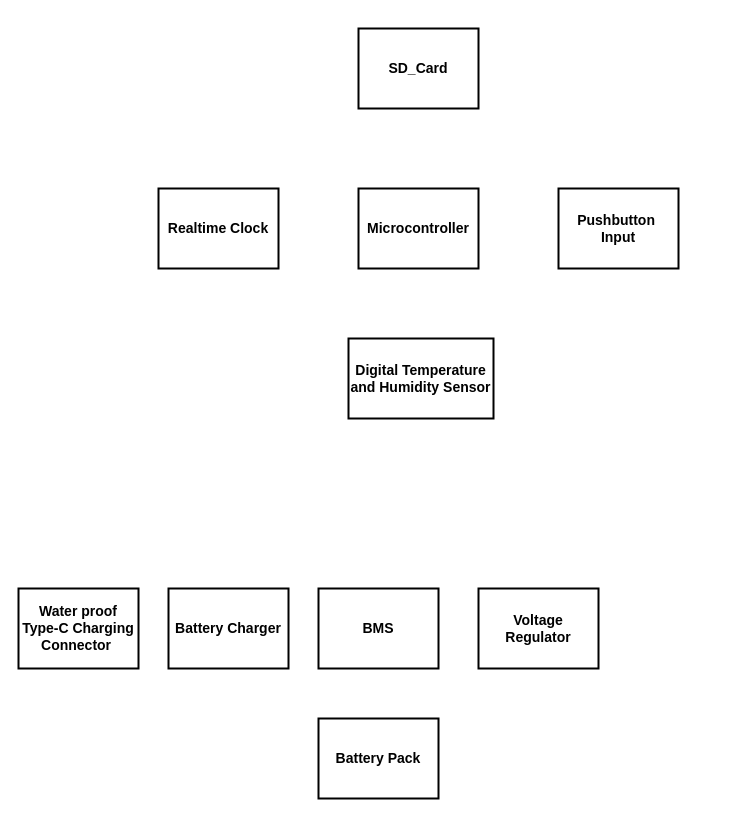
Above: LowPower_DataLogger_Block1.drawio in ashan456/LowPowerDataLogger (draw.io), before the change. Source tidied: cells renumbered, new cells numbered last; positions are measured from the earlier drawing's top-left corner, leaving out a move shared by most shapes. Both pictures are drawn from the tidied source at 100%, with x=0, y=0 at pixel (18, 28).
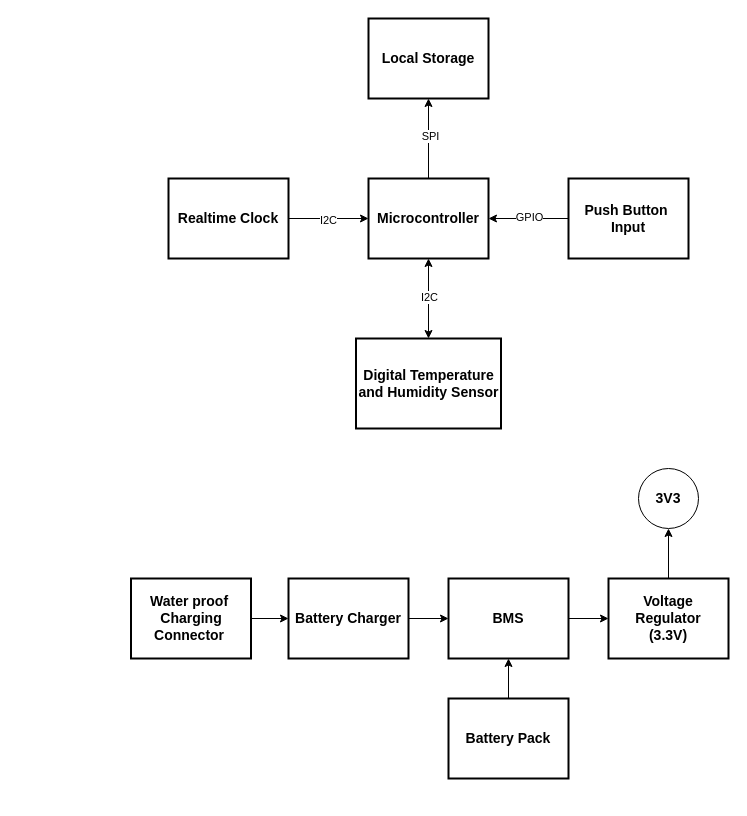
The same page after the edit.

Change to the diagram source:
```diff
@@
+    <mxCell id="12" style="edgeStyle=orthogonalEdgeStyle;rounded=0;jettySize=auto;html=1;entryX=0.5;entryY=0;entryDx=0;entryDy=0;startArrow=classic;startFill=1;" parent="1" edge="1" source="2" target="3">
+      <mxGeometry relative="1" as="geometry" />
+    </mxCell>
+    <mxCell id="13" value="I2C" style="edgeLabel;html=1;align=center;verticalAlign=middle;" parent="12" vertex="1">
+      <mxGeometry x="-0.04" relative="1" as="geometry" />
+    </mxCell>
+    <mxCell id="14" style="edgeStyle=orthogonalEdgeStyle;rounded=0;jettySize=auto;html=1;entryX=0.5;entryY=1;entryDx=0;entryDy=0;" parent="1" edge="1" source="2" target="4">
+      <mxGeometry relative="1" as="geometry" />
+    </mxCell>
+    <mxCell id="15" value="SPI" style="edgeLabel;html=1;align=center;verticalAlign=middle;" parent="14" vertex="1">
+      <mxGeometry x="0.08" y="-1" relative="1" as="geometry" />
+    </mxCell>
     <mxCell id="2" value="&lt;b&gt;&lt;font style=&quot;font-size: 14px;&quot;&gt;Microcontroller&lt;/font&gt;&lt;/b&gt;" style="rounded=0;whiteSpace=wrap;html=1;strokeWidth=2;" parent="1" vertex="1">
-      <mxGeometry x="340" y="160" width="120" height="80" as="geometry" />
+      <mxGeometry x="350" y="150" width="120" height="80" as="geometry" />
     </mxCell>
     <mxCell id="3" value="&lt;b&gt;&lt;font style=&quot;font-size: 14px;&quot;&gt;Digital Temperature and Humidity Sensor&lt;/font&gt;&lt;/b&gt;" style="rounded=0;whiteSpace=wrap;html=1;strokeWidth=2;" parent="1" vertex="1">
-      <mxGeometry x="330" y="310" width="145" height="80" as="geometry" />
+      <mxGeometry x="337.5" y="310" width="145" height="90" as="geometry" />
     </mxCell>
-    <mxCell id="4" value="&lt;b&gt;&lt;font style=&quot;font-size: 14px;&quot;&gt;SD_Card&lt;/font&gt;&lt;/b&gt;" style="rounded=0;whiteSpace=wrap;html=1;strokeWidth=2;" parent="1" vertex="1">
-      <mxGeometry x="340" width="120" height="80" as="geometry" />
+    <mxCell id="4" value="&lt;b&gt;&lt;font style=&quot;font-size: 14px;&quot;&gt;Local Storage&lt;/font&gt;&lt;/b&gt;" style="rounded=0;whiteSpace=wrap;html=1;strokeWidth=2;" parent="1" vertex="1">
+      <mxGeometry x="350" y="-10" width="120" height="80" as="geometry" />
     </mxCell>
+    <mxCell id="16" style="edgeStyle=orthogonalEdgeStyle;rounded=0;jettySize=auto;html=1;entryX=0;entryY=0.5;entryDx=0;entryDy=0;" parent="1" edge="1" source="5" target="2">
+      <mxGeometry relative="1" as="geometry" />
+    </mxCell>
+    <mxCell id="17" value="I2C" style="edgeLabel;html=1;align=center;verticalAlign=middle;" parent="16" vertex="1">
+      <mxGeometry x="-0.02" y="-1" relative="1" as="geometry" />
+    </mxCell>
     <mxCell id="5" value="&lt;b&gt;&lt;font style=&quot;font-size: 14px;&quot;&gt;Realtime Clock&lt;/font&gt;&lt;/b&gt;" style="rounded=0;whiteSpace=wrap;html=1;strokeWidth=2;" parent="1" vertex="1">
-      <mxGeometry x="140" y="160" width="120" height="80" as="geometry" />
+      <mxGeometry x="150" y="150" width="120" height="80" as="geometry" />
     </mxCell>
+    <mxCell id="18" style="edgeStyle=orthogonalEdgeStyle;rounded=0;jettySize=auto;html=1;entryX=1;entryY=0.5;entryDx=0;entryDy=0;" parent="1" edge="1" source="6" target="2">
+      <mxGeometry relative="1" as="geometry" />
+    </mxCell>
+    <mxCell id="19" value="GPIO" style="edgeLabel;html=1;align=center;verticalAlign=middle;" parent="18" vertex="1">
+      <mxGeometry x="-0.01" y="-2" relative="1" as="geometry" />
+    </mxCell>
-    <mxCell id="6" value="&lt;b&gt;&lt;font style=&quot;font-size: 14px;&quot;&gt;Pushbutton&amp;nbsp;&lt;/font&gt;&lt;/b&gt;&lt;div&gt;&lt;b&gt;&lt;font style=&quot;font-size: 14px;&quot;&gt;Input&lt;/font&gt;&lt;/b&gt;&lt;/div&gt;" style="rounded=0;whiteSpace=wrap;html=1;strokeWidth=2;" parent="1" vertex="1">
-      <mxGeometry x="540" y="160" width="120" height="80" as="geometry" />
+    <mxCell id="6" value="&lt;b&gt;&lt;font style=&quot;font-size: 14px;&quot;&gt;Push Button&amp;nbsp;&lt;/font&gt;&lt;/b&gt;&lt;div&gt;&lt;b&gt;&lt;font style=&quot;font-size: 14px;&quot;&gt;Input&lt;/font&gt;&lt;/b&gt;&lt;/div&gt;" style="rounded=0;whiteSpace=wrap;html=1;strokeWidth=2;" parent="1" vertex="1">
+      <mxGeometry x="550" y="150" width="120" height="80" as="geometry" />
     </mxCell>
+    <mxCell id="20" style="edgeStyle=orthogonalEdgeStyle;rounded=0;jettySize=auto;html=1;entryX=0;entryY=0.5;entryDx=0;entryDy=0;" parent="1" edge="1" source="7" target="8">
+      <mxGeometry relative="1" as="geometry" />
+    </mxCell>
     <mxCell id="7" value="&lt;b&gt;&lt;font style=&quot;font-size: 14px;&quot;&gt;Battery Charger&lt;/font&gt;&lt;/b&gt;" style="rounded=0;whiteSpace=wrap;html=1;strokeWidth=2;" parent="1" vertex="1">
-      <mxGeometry x="150" y="560" width="120" height="80" as="geometry" />
+      <mxGeometry x="270" y="550" width="120" height="80" as="geometry" />
     </mxCell>
+    <mxCell id="21" style="edgeStyle=orthogonalEdgeStyle;rounded=0;jettySize=auto;html=1;entryX=0;entryY=0.5;entryDx=0;entryDy=0;" parent="1" edge="1" source="8" target="10">
+      <mxGeometry relative="1" as="geometry" />
+    </mxCell>
     <mxCell id="8" value="&lt;b&gt;&lt;font style=&quot;font-size: 14px;&quot;&gt;BMS&lt;/font&gt;&lt;/b&gt;" style="rounded=0;whiteSpace=wrap;html=1;strokeWidth=2;" parent="1" vertex="1">
-      <mxGeometry x="300" y="560" width="120" height="80" as="geometry" />
+      <mxGeometry x="430" y="550" width="120" height="80" as="geometry" />
     </mxCell>
+    <mxCell id="22" style="edgeStyle=orthogonalEdgeStyle;rounded=0;jettySize=auto;html=1;entryX=0.5;entryY=1;entryDx=0;entryDy=0;" parent="1" edge="1" source="9" target="8">
+      <mxGeometry relative="1" as="geometry" />
+    </mxCell>
     <mxCell id="9" value="&lt;b&gt;&lt;font style=&quot;font-size: 14px;&quot;&gt;Battery Pack&lt;/font&gt;&lt;/b&gt;" style="rounded=0;whiteSpace=wrap;html=1;strokeWidth=2;" parent="1" vertex="1">
-      <mxGeometry x="300" y="690" width="120" height="80" as="geometry" />
+      <mxGeometry x="430" y="670" width="120" height="80" as="geometry" />
     </mxCell>
+    <mxCell id="23" style="edgeStyle=orthogonalEdgeStyle;rounded=0;jettySize=auto;html=1;entryX=0.5;entryY=1;entryDx=0;entryDy=0;" parent="1" edge="1" source="10" target="25">
+      <mxGeometry relative="1" as="geometry" />
+    </mxCell>
-    <mxCell id="10" value="&lt;b&gt;&lt;font style=&quot;font-size: 14px;&quot;&gt;Voltage Regulator&lt;/font&gt;&lt;/b&gt;" style="rounded=0;whiteSpace=wrap;html=1;strokeWidth=2;" parent="1" vertex="1">
-      <mxGeometry x="460" y="560" width="120" height="80" as="geometry" />
+    <mxCell id="10" value="&lt;b&gt;&lt;font style=&quot;font-size: 14px;&quot;&gt;Voltage Regulator&lt;/font&gt;&lt;/b&gt;&lt;div&gt;&lt;b&gt;&lt;font style=&quot;font-size: 14px;&quot;&gt;(3.3V)&lt;/font&gt;&lt;/b&gt;&lt;/div&gt;" style="rounded=0;whiteSpace=wrap;html=1;strokeWidth=2;" parent="1" vertex="1">
+      <mxGeometry x="590" y="550" width="120" height="80" as="geometry" />
     </mxCell>
+    <mxCell id="24" style="edgeStyle=orthogonalEdgeStyle;rounded=0;jettySize=auto;html=1;entryX=0;entryY=0.5;entryDx=0;entryDy=0;" parent="1" edge="1" source="11" target="7">
+      <mxGeometry relative="1" as="geometry" />
+    </mxCell>
-    <mxCell id="11" value="&lt;b&gt;&lt;font style=&quot;font-size: 14px;&quot;&gt;Water proof Type-C Charging Connector&amp;nbsp;&lt;/font&gt;&lt;/b&gt;" style="rounded=0;whiteSpace=wrap;html=1;strokeWidth=2;" parent="1" vertex="1">
-      <mxGeometry y="560" width="120" height="80" as="geometry" />
+    <mxCell id="11" value="&lt;b&gt;&lt;font style=&quot;font-size: 14px;&quot;&gt;Water proof&amp;nbsp; Charging Connector&amp;nbsp;&lt;/font&gt;&lt;/b&gt;" style="rounded=0;whiteSpace=wrap;html=1;strokeWidth=2;" parent="1" vertex="1">
+      <mxGeometry x="112.5" y="550" width="120" height="80" as="geometry" />
     </mxCell>
+    <mxCell id="25" value="&lt;b&gt;&lt;font style=&quot;font-size: 14px;&quot;&gt;3V3&lt;/font&gt;&lt;/b&gt;" style="ellipse;whiteSpace=wrap;html=1;" parent="1" vertex="1">
+      <mxGeometry x="620" y="440" width="60" height="60" as="geometry" />
+    </mxCell>
```
